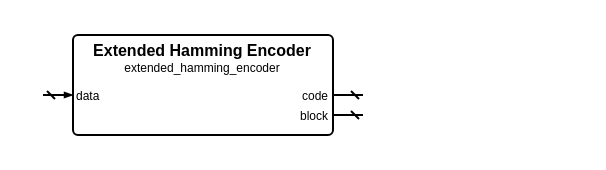
Above: sources/error_control/extended_hamming/extended_hamming_encoder.symbol.drawio in Louis-DR/OmniCores-BuildingBlocks (draw.io), before the change. Source tidied: cells renumbered, new cells numbered last; positions are measured from the earlier drawing's top-left corner, leaving out a move shared by most shapes. Both pictures are drawn from the tidied source at 200%, with x=0, y=0 at pixel (42, 34).
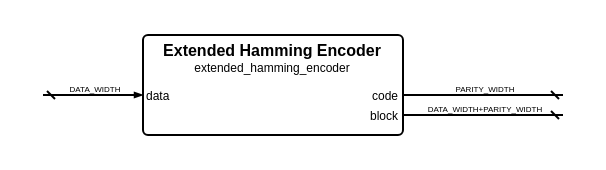
The same page after the edit.

The edit, as a diff of the source:
```diff
@@
 <mxGraphModel>
   <root>
     <mxCell id="0" />
     <mxCell id="1" parent="0" />
     <mxCell id="2" style="group;" parent="1" vertex="1">
-      <mxGeometry width="160" height="50" as="geometry" />
+      <mxGeometry width="260" height="50" as="geometry" />
     </mxCell>
     <mxCell id="3" style="rounded=1;arcSize=5;fillColor=none;strokeWidth=1;strokeColor=black;whiteSpace=wrap;html=1;" parent="2" vertex="1">
-      <mxGeometry x="15" width="130" height="50" as="geometry" />
+      <mxGeometry x="50" width="130" height="50" as="geometry" />
     </mxCell>
     <mxCell id="4" value="Extended Hamming Encoder" style="text;html=1;align=center;verticalAlign=middle;whiteSpace=wrap;rounded=0;fontSize=8;fontStyle=1;fontColor=black;" parent="2" vertex="1">
-      <mxGeometry x="15" y="7" width="130" as="geometry" />
+      <mxGeometry x="50" y="7" width="130" as="geometry" />
     </mxCell>
     <mxCell id="5" value="extended_hamming_encoder" style="text;html=1;align=center;verticalAlign=middle;whiteSpace=wrap;rounded=0;fontSize=6;fontStyle=0;fontColor=black;" parent="2" vertex="1">
-      <mxGeometry x="15" y="16" width="130" as="geometry" />
+      <mxGeometry x="50" y="16" width="130" as="geometry" />
     </mxCell>
     <mxCell id="6" value="data" style="text;html=1;align=left;verticalAlign=middle;whiteSpace=wrap;rounded=0;fontSize=6;fontStyle=0;fontColor=black;" parent="2" vertex="1">
-      <mxGeometry x="15" y="30" width="130" as="geometry" />
+      <mxGeometry x="50" y="30" width="130" as="geometry" />
     </mxCell>
     <mxCell id="7" style="html=1;rounded=1;strokeWidth=1;strokeColor=black;startFill=0;startSize=2;startArrow=dash;endFill=1;endSize=2;endArrow=blockThin;sourcePerimeterSpacing=0;" parent="2" edge="1">
       <mxGeometry relative="1" as="geometry">
         <mxPoint y="30" as="sourcePoint" />
-        <mxPoint x="15" y="30" as="targetPoint" />
+        <mxPoint x="50" y="30" as="targetPoint" />
       </mxGeometry>
     </mxCell>
+    <mxCell id="12" value="DATA_WIDTH" style="text;html=1;align=center;verticalAlign=middle;whiteSpace=nowrap;rounded=0;fontSize=4;fontStyle=0;fontColor=black;" parent="2" vertex="1">
+      <mxGeometry x="25" y="27" as="geometry" />
+    </mxCell>
     <mxCell id="8" value="code" style="text;html=1;align=right;verticalAlign=middle;whiteSpace=wrap;rounded=0;fontSize=6;fontStyle=0;fontColor=black;" parent="2" vertex="1">
-      <mxGeometry x="15" y="30" width="130" as="geometry" />
+      <mxGeometry x="50" y="30" width="130" as="geometry" />
     </mxCell>
     <mxCell id="9" style="html=1;rounded=1;strokeWidth=1;strokeColor=black;startFill=0;startSize=2;startArrow=dash;endFill=1;endSize=2;endArrow=none;sourcePerimeterSpacing=0;" parent="2" edge="1">
       <mxGeometry relative="1" as="geometry">
-        <mxPoint x="160" y="30" as="sourcePoint" />
-        <mxPoint x="145" y="30" as="targetPoint" />
+        <mxPoint x="260" y="30" as="sourcePoint" />
+        <mxPoint x="180" y="30" as="targetPoint" />
       </mxGeometry>
     </mxCell>
+    <mxCell id="13" value="PARITY_WIDTH" style="text;html=1;align=center;verticalAlign=middle;whiteSpace=nowrap;rounded=0;fontSize=4;fontStyle=0;fontColor=black;" parent="2" vertex="1">
+      <mxGeometry x="220" y="27" as="geometry" />
+    </mxCell>
     <mxCell id="10" value="block" style="text;html=1;align=right;verticalAlign=middle;whiteSpace=wrap;rounded=0;fontSize=6;fontStyle=0;fontColor=black;" parent="2" vertex="1">
-      <mxGeometry x="15" y="40" width="130" as="geometry" />
+      <mxGeometry x="50" y="40" width="130" as="geometry" />
     </mxCell>
     <mxCell id="11" style="html=1;rounded=1;strokeWidth=1;strokeColor=black;startFill=0;startSize=2;startArrow=dash;endFill=1;endSize=2;endArrow=none;sourcePerimeterSpacing=0;" parent="2" edge="1">
       <mxGeometry relative="1" as="geometry">
-        <mxPoint x="160" y="40" as="sourcePoint" />
-        <mxPoint x="145" y="40" as="targetPoint" />
+        <mxPoint x="260" y="40" as="sourcePoint" />
+        <mxPoint x="180" y="40" as="targetPoint" />
       </mxGeometry>
     </mxCell>
+    <mxCell id="14" value="DATA_WIDTH+PARITY_WIDTH" style="text;html=1;align=center;verticalAlign=middle;whiteSpace=nowrap;rounded=0;fontSize=4;fontStyle=0;fontColor=black;" parent="2" vertex="1">
+      <mxGeometry x="220" y="37" as="geometry" />
+    </mxCell>
   </root>
 </mxGraphModel>
```
